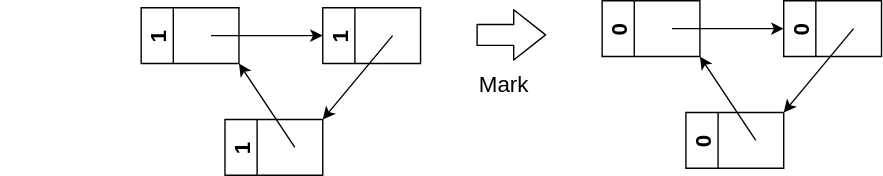
This is assets/img/lecture_materials/GarbageCollection/ch3/no-external-reference.drawio.svg from drop-stones/slides, a draw.io export, as it was before one commit. Source tidied: cells renumbered, new cells last; positions are measured from the earlier drawing's top-left corner, leaving out a move shared by most shapes.
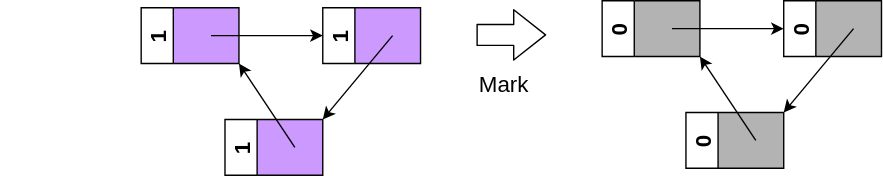
After the change.

Diff of the diagram source:
```diff
@@ -14,13 +14,13 @@
     <mxCell id="4" style="group;" parent="1" vertex="1">
       <mxGeometry y="5" width="300" height="120" as="geometry" />
     </mxCell>
-    <mxCell id="5" value="1" style="swimlane;horizontal=0;fontSize=16;startSize=23;fillColor=none;" parent="4" vertex="1">
+    <mxCell id="5" value="1" style="swimlane;horizontal=0;fontSize=16;startSize=23;fillColor=none;swimlaneFillColor=#CC99FF;" parent="4" vertex="1">
       <mxGeometry x="100" width="70" height="40" as="geometry" />
     </mxCell>
-    <mxCell id="6" value="1" style="swimlane;horizontal=0;fontSize=16;startSize=23;fillColor=none;" parent="4" vertex="1">
+    <mxCell id="6" value="1" style="swimlane;horizontal=0;fontSize=16;startSize=23;fillColor=none;swimlaneFillColor=#CC99FF;" parent="4" vertex="1">
       <mxGeometry x="160" y="80" width="70" height="40" as="geometry" />
     </mxCell>
-    <mxCell id="7" value="1" style="swimlane;horizontal=0;fontSize=16;startSize=23;fillColor=none;" parent="4" vertex="1">
+    <mxCell id="7" value="1" style="swimlane;horizontal=0;fontSize=16;startSize=23;fillColor=none;swimlaneFillColor=#CC99FF;" parent="4" vertex="1">
       <mxGeometry x="230" width="70" height="40" as="geometry" />
     </mxCell>
     <mxCell id="8" style="endArrow=classic;html=1;fontSize=16;entryX=1;entryY=0;entryDx=0;entryDy=0;" parent="4" edge="1" target="6">
@@ -41,13 +41,13 @@
     <mxCell id="11" style="group;" parent="1" vertex="1">
       <mxGeometry x="330" width="300" height="120" as="geometry" />
     </mxCell>
-    <mxCell id="12" value="0" style="swimlane;horizontal=0;fontSize=16;startSize=23;fillColor=none;" parent="11" vertex="1">
+    <mxCell id="12" value="0" style="swimlane;horizontal=0;fontSize=16;startSize=23;fillColor=none;swimlaneFillColor=#B3B3B3;" parent="11" vertex="1">
       <mxGeometry x="100" width="70" height="40" as="geometry" />
     </mxCell>
-    <mxCell id="13" value="0" style="swimlane;horizontal=0;fontSize=16;startSize=23;fillColor=none;" parent="11" vertex="1">
+    <mxCell id="13" value="0" style="swimlane;horizontal=0;fontSize=16;startSize=23;fillColor=none;swimlaneFillColor=#B3B3B3;" parent="11" vertex="1">
       <mxGeometry x="160" y="80" width="70" height="40" as="geometry" />
     </mxCell>
-    <mxCell id="14" value="0" style="swimlane;horizontal=0;fontSize=16;startSize=23;fillColor=none;" parent="11" vertex="1">
+    <mxCell id="14" value="0" style="swimlane;horizontal=0;fontSize=16;startSize=23;fillColor=none;swimlaneFillColor=#B3B3B3;" parent="11" vertex="1">
       <mxGeometry x="230" width="70" height="40" as="geometry" />
     </mxCell>
     <mxCell id="15" style="endArrow=classic;html=1;fontSize=16;entryX=1;entryY=0;entryDx=0;entryDy=0;" parent="11" edge="1" target="13">
```
